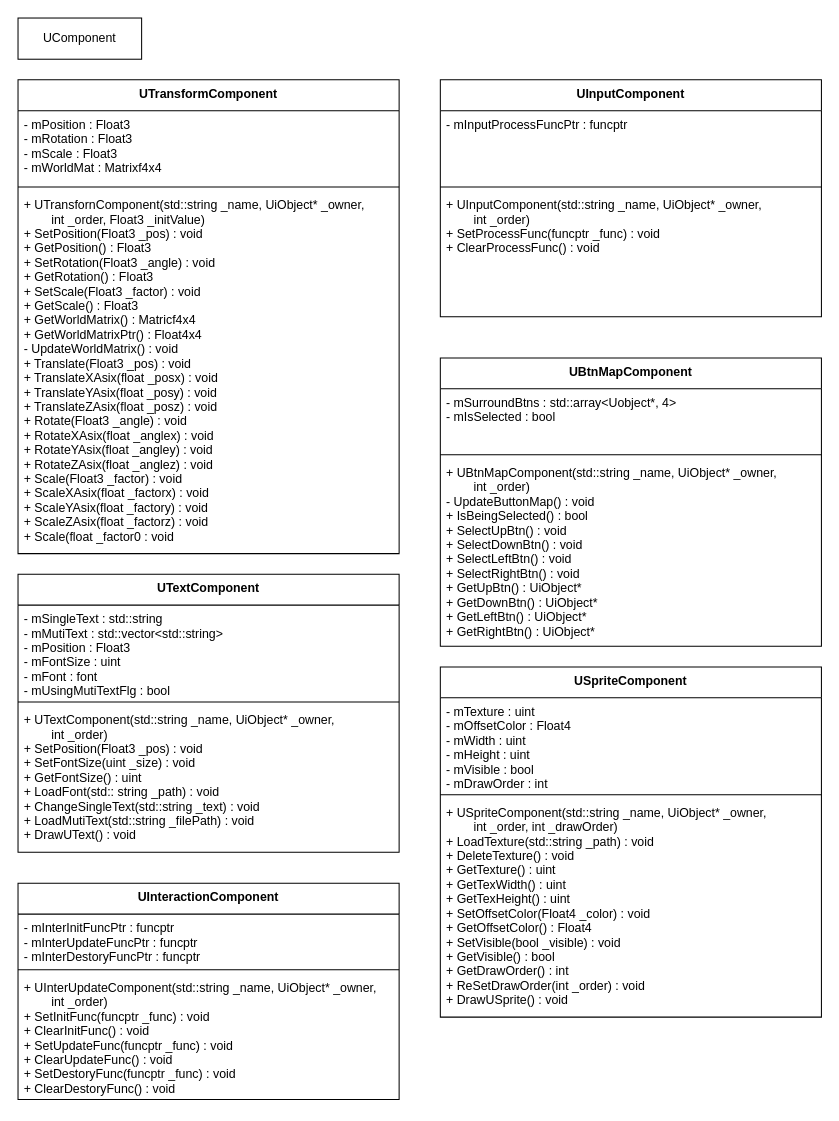
This is page "ucomponent" (4 of 7) of MyNinDesign.drawio from HIBICUS-CAI/NinAtHome_OpenGL, a draw.io file, before an edit. Source tidied: cells renumbered, new cells numbered last; positions are measured from the earlier drawing's top-left corner, leaving out a move shared by most shapes. Both pictures are drawn from the tidied source at 103%, with x=0, y=0 at pixel (18, 18).
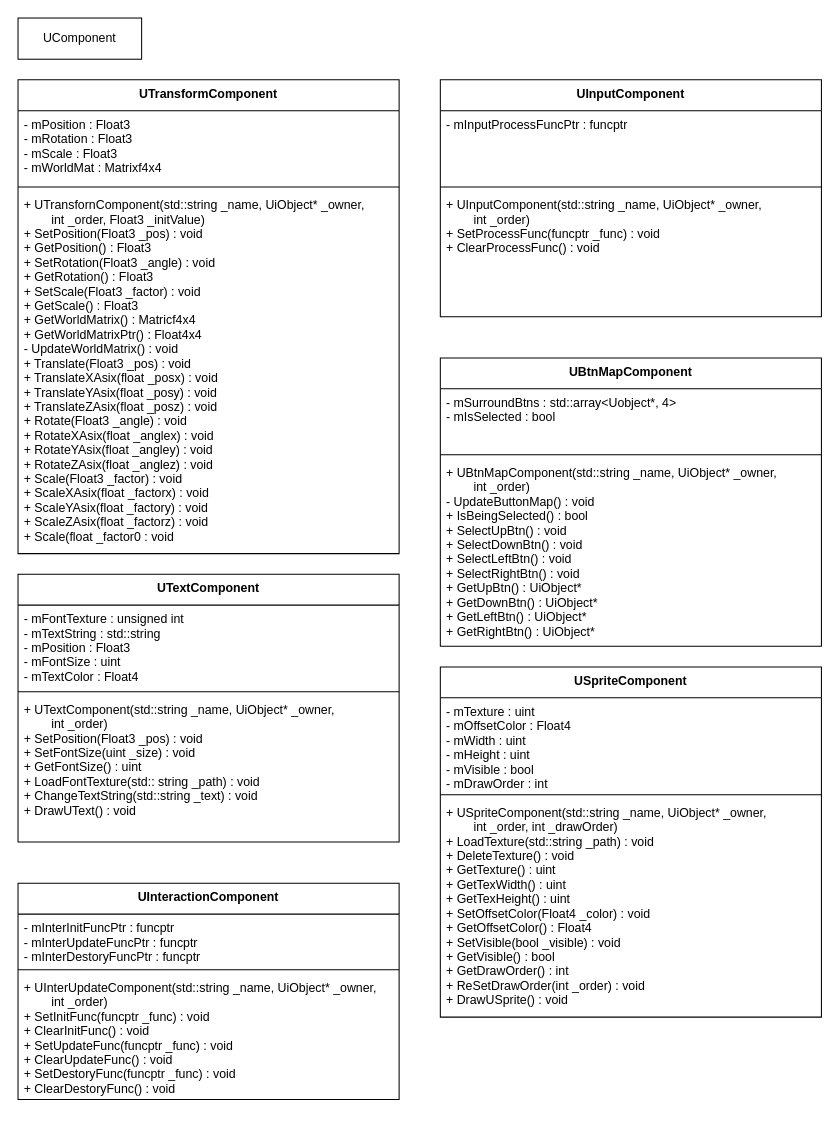
Above is the later version.

The edit, as a diff of the source:
```diff
@@
     <mxCell id="11" value="UTextComponent" style="swimlane;fontStyle=1;align=center;verticalAlign=top;horizontal=1;startSize=30;" parent="1" vertex="1">
-      <mxGeometry y="540" width="370" height="270" as="geometry" />
+      <mxGeometry y="540" width="370" height="260" as="geometry" />
     </mxCell>
-    <mxCell id="12" value="- mSingleText : std::string&#10;- mMutiText : std::vector&lt;std::string&gt;&#10;- mPosition : Float3&#10;- mFontSize : uint&#10;- mFont : font&#10;- mUsingMutiTextFlg : bool" style="text;strokeColor=none;fillColor=none;align=left;verticalAlign=top;spacingLeft=4;spacingRight=4;overflow=hidden;" parent="11" vertex="1">
-      <mxGeometry y="30" width="370" height="90" as="geometry" />
+    <mxCell id="12" value="- mFontTexture : unsigned int&#10;- mTextString : std::string&#10;- mPosition : Float3&#10;- mFontSize : uint&#10;- mTextColor : Float4" style="text;strokeColor=none;fillColor=none;align=left;verticalAlign=top;spacingLeft=4;spacingRight=4;overflow=hidden;" parent="11" vertex="1">
+      <mxGeometry y="30" width="370" height="80" as="geometry" />
     </mxCell>
     <mxCell id="13" style="line;strokeWidth=1;fillColor=none;align=left;verticalAlign=middle;spacingTop=-1;spacingLeft=3;spacingRight=3;labelPosition=right;" parent="11" vertex="1">
-      <mxGeometry y="120" width="370" height="8" as="geometry" />
+      <mxGeometry y="110" width="370" height="8" as="geometry" />
     </mxCell>
-    <mxCell id="14" value="+ UTextComponent(std::string _name, UiObject* _owner,&#10;        int _order)&#10;+ SetPosition(Float3 _pos) : void&#10;+ SetFontSize(uint _size) : void&#10;+ GetFontSize() : uint&#10;+ LoadFont(std:: string _path) : void&#10;+ ChangeSingleText(std::string _text) : void&#10;+ LoadMutiText(std::string _filePath) : void&#10;+ DrawUText() : void" style="text;strokeColor=none;fillColor=none;align=left;verticalAlign=top;spacingLeft=4;spacingRight=4;overflow=hidden;" parent="11" vertex="1">
-      <mxGeometry y="128" width="370" height="142" as="geometry" />
+    <mxCell id="14" value="+ UTextComponent(std::string _name, UiObject* _owner,&#10;        int _order)&#10;+ SetPosition(Float3 _pos) : void&#10;+ SetFontSize(uint _size) : void&#10;+ GetFontSize() : uint&#10;+ LoadFontTexture(std:: string _path) : void&#10;+ ChangeTextString(std::string _text) : void&#10;+ DrawUText() : void" style="text;strokeColor=none;fillColor=none;align=left;verticalAlign=top;spacingLeft=4;spacingRight=4;overflow=hidden;" parent="11" vertex="1">
+      <mxGeometry y="118" width="370" height="142" as="geometry" />
     </mxCell>
```
